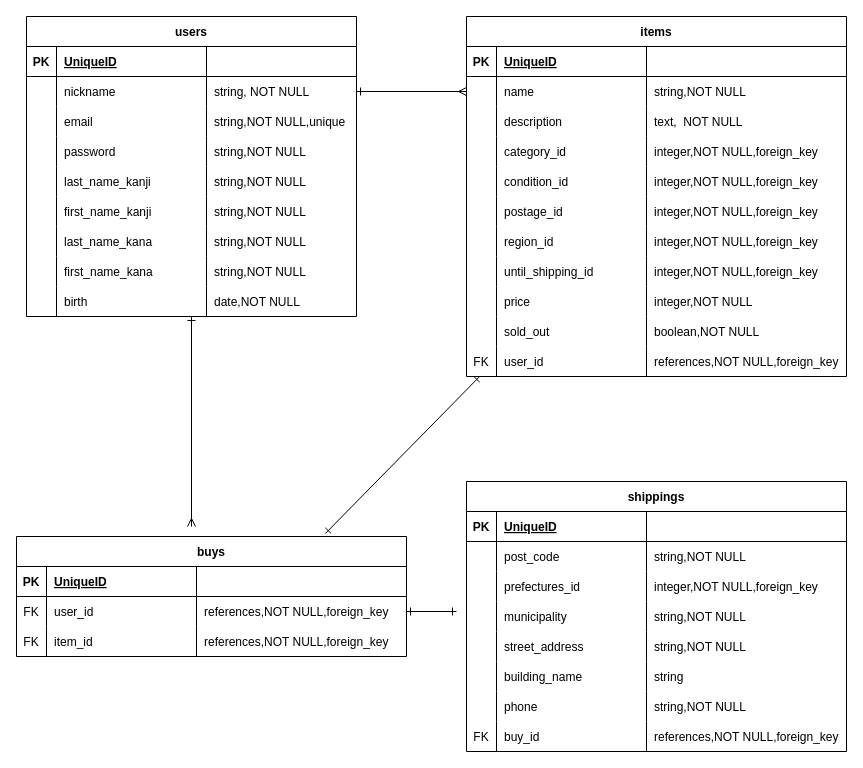
Earlier version of the draw.io diagram ER図.dio (Shun-ST-TechCamp/furima-39524). Source tidied: cells renumbered, new cells numbered last; positions are measured from the earlier drawing's top-left corner, leaving out a move shared by most shapes. Both pictures are drawn from the tidied source at 100%, with x=0, y=0 at pixel (16, 16).
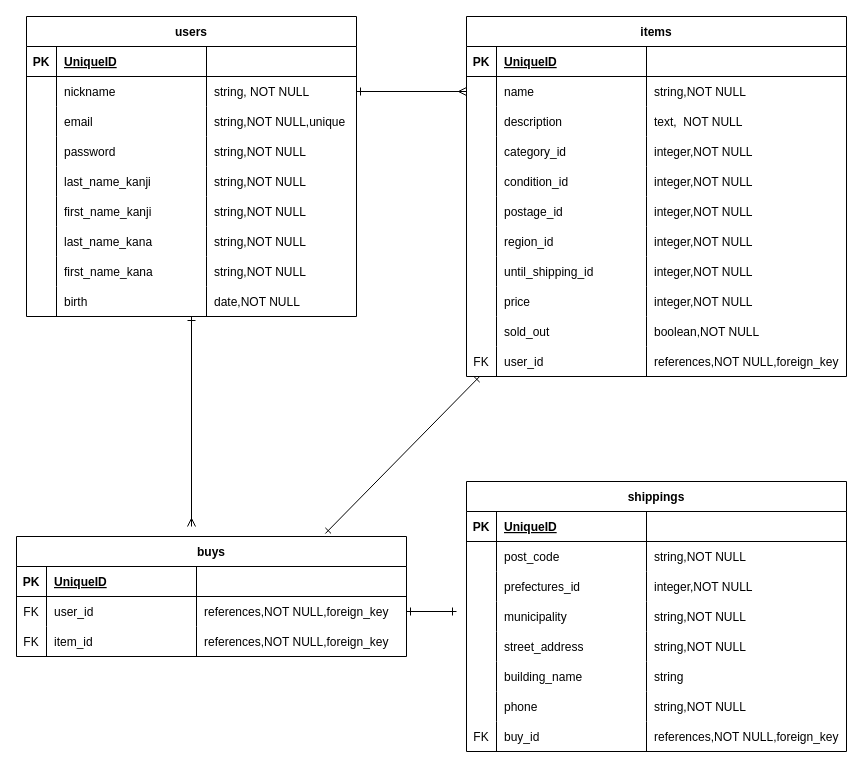
The same page after the edit.

Commit message:
レビューによる訂正・カラム名と型の修正2

Unchanged cells that the change refers to:
```xml
<mxCell id="54" style="shape=tableRow;horizontal=0;startSize=0;swimlaneHead=0;swimlaneBody=0;fillColor=none;top=0;left=0;right=0;bottom=0;" parent="41" vertex="1">
  <mxGeometry y="120" width="380" height="30" as="geometry" />
</mxCell>
<mxCell id="58" style="shape=tableRow;horizontal=0;startSize=0;swimlaneHead=0;swimlaneBody=0;fillColor=none;top=0;left=0;right=0;bottom=0;" parent="41" vertex="1">
  <mxGeometry y="150" width="380" height="30" as="geometry" />
</mxCell>
<mxCell id="62" style="shape=tableRow;horizontal=0;startSize=0;swimlaneHead=0;swimlaneBody=0;fillColor=none;top=0;left=0;right=0;bottom=0;" parent="41" vertex="1">
  <mxGeometry y="180" width="380" height="30" as="geometry" />
</mxCell>
<mxCell id="66" style="shape=tableRow;horizontal=0;startSize=0;swimlaneHead=0;swimlaneBody=0;fillColor=none;top=0;left=0;right=0;bottom=0;" parent="41" vertex="1">
  <mxGeometry y="210" width="380" height="30" as="geometry" />
</mxCell>
<mxCell id="70" style="shape=tableRow;horizontal=0;startSize=0;swimlaneHead=0;swimlaneBody=0;fillColor=none;top=0;left=0;right=0;bottom=0;" parent="41" vertex="1">
  <mxGeometry y="240" width="380" height="30" as="geometry" />
</mxCell>
<mxCell id="95" style="shape=tableRow;horizontal=0;startSize=0;swimlaneHead=0;swimlaneBody=0;fillColor=none;top=0;left=0;right=0;bottom=0;" parent="86" vertex="1">
  <mxGeometry y="90" width="380" height="30" as="geometry" />
</mxCell>
```

Diff of the diagram source:
```diff
@@
-    <mxCell id="57" value="integer,NOT NULL,foreign_key" style="shape=partialRectangle;fillColor=none;top=0;left=0;bottom=0;right=0;align=left;spacingLeft=6;overflow=hidden;" parent="54" vertex="1">
+    <mxCell id="57" value="integer,NOT NULL" style="shape=partialRectangle;fillColor=none;top=0;left=0;bottom=0;right=0;align=left;spacingLeft=6;overflow=hidden;" parent="54" vertex="1">
       <mxGeometry x="180" width="200" height="30" as="geometry" />
     </mxCell>
@@
-    <mxCell id="61" value="integer,NOT NULL,foreign_key" style="shape=partialRectangle;fillColor=none;top=0;left=0;bottom=0;right=0;align=left;spacingLeft=6;overflow=hidden;" parent="58" vertex="1">
+    <mxCell id="61" value="integer,NOT NULL" style="shape=partialRectangle;fillColor=none;top=0;left=0;bottom=0;right=0;align=left;spacingLeft=6;overflow=hidden;" parent="58" vertex="1">
       <mxGeometry x="180" width="200" height="30" as="geometry" />
     </mxCell>
@@
-    <mxCell id="65" value="integer,NOT NULL,foreign_key" style="shape=partialRectangle;fillColor=none;top=0;left=0;bottom=0;right=0;align=left;spacingLeft=6;overflow=hidden;labelBorderColor=none;" parent="62" vertex="1">
+    <mxCell id="65" value="integer,NOT NULL" style="shape=partialRectangle;fillColor=none;top=0;left=0;bottom=0;right=0;align=left;spacingLeft=6;overflow=hidden;labelBorderColor=none;" parent="62" vertex="1">
       <mxGeometry x="180" width="200" height="30" as="geometry" />
     </mxCell>
@@
-    <mxCell id="69" value="integer,NOT NULL,foreign_key" style="shape=partialRectangle;fillColor=none;top=0;left=0;bottom=0;right=0;align=left;spacingLeft=6;overflow=hidden;labelBorderColor=none;" parent="66" vertex="1">
+    <mxCell id="69" value="integer,NOT NULL" style="shape=partialRectangle;fillColor=none;top=0;left=0;bottom=0;right=0;align=left;spacingLeft=6;overflow=hidden;labelBorderColor=none;" parent="66" vertex="1">
       <mxGeometry x="180" width="200" height="30" as="geometry" />
     </mxCell>
@@
-    <mxCell id="73" value="integer,NOT NULL,foreign_key" style="shape=partialRectangle;fillColor=none;top=0;left=0;bottom=0;right=0;align=left;spacingLeft=6;overflow=hidden;labelBorderColor=none;" parent="70" vertex="1">
+    <mxCell id="73" value="integer,NOT NULL" style="shape=partialRectangle;fillColor=none;top=0;left=0;bottom=0;right=0;align=left;spacingLeft=6;overflow=hidden;labelBorderColor=none;" parent="70" vertex="1">
       <mxGeometry x="180" width="200" height="30" as="geometry" />
     </mxCell>
@@
-    <mxCell id="98" value="integer,NOT NULL,foreign_key" style="shape=partialRectangle;fillColor=none;top=0;left=0;bottom=0;right=0;align=left;spacingLeft=6;overflow=hidden;" parent="95" vertex="1">
+    <mxCell id="98" value="integer,NOT NULL" style="shape=partialRectangle;fillColor=none;top=0;left=0;bottom=0;right=0;align=left;spacingLeft=6;overflow=hidden;" parent="95" vertex="1">
       <mxGeometry x="180" width="200" height="30" as="geometry" />
     </mxCell>
```
